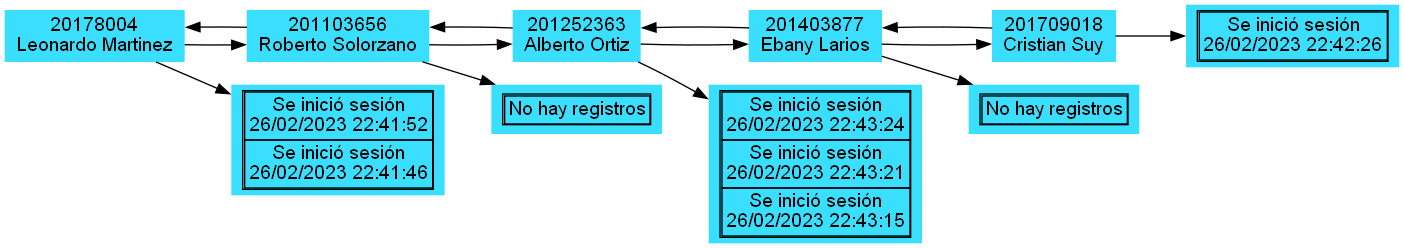
robinbuezo11/EDD_1S2023_PY_201944994 keeps this Graphviz diagram as EDD_Proyecto1_Fase1/Estudiantes(Doble Enlazada).png. Above is the earlier version. Its source is kept beside it as EDD_Proyecto1_Fase1/Estudiantes(Doble Enlazada).dot.
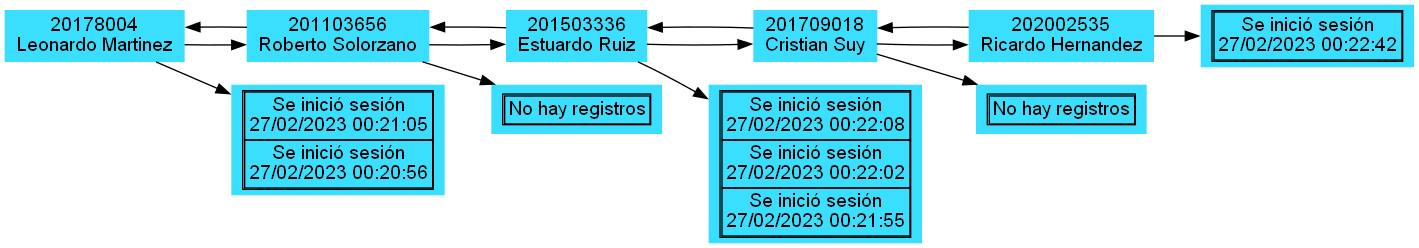
The same file after the commit.

Change to the diagram source:
```diff
@@ -3,17 +3,17 @@
 rankdir=LR;
 N0[label="20178004\nLeonardo Martinez"];
 N1[label="201103656\nRoberto Solorzano"];
-N2[label="201252363\nAlberto Ortiz"];
-N3[label="201403877\nEbany Larios"];
-N4[label="201709018\nCristian Suy"];
-B0[label=<<table cellspacing="0"><tr><td>Se inició sesión<br/>26/02/2023 22:41:52</td></tr>
-<tr><td>Se inició sesión<br/>26/02/2023 22:41:46</td></tr></table>>]
+N2[label="201503336\nEstuardo Ruiz"];
+N3[label="201709018\nCristian Suy"];
+N4[label="202002535\nRicardo Hernandez"];
+B0[label=<<table cellspacing="0"><tr><td>Se inició sesión<br/>27/02/2023 00:21:05</td></tr>
+<tr><td>Se inició sesión<br/>27/02/2023 00:20:56</td></tr></table>>]
 B1[label=<<table cellspacing="0"><tr><td>No hay registros</td></tr></table>>]
-B2[label=<<table cellspacing="0"><tr><td>Se inició sesión<br/>26/02/2023 22:43:24</td></tr>
-<tr><td>Se inició sesión<br/>26/02/2023 22:43:21</td></tr>
-<tr><td>Se inició sesión<br/>26/02/2023 22:43:15</td></tr></table>>]
+B2[label=<<table cellspacing="0"><tr><td>Se inició sesión<br/>27/02/2023 00:22:08</td></tr>
+<tr><td>Se inició sesión<br/>27/02/2023 00:22:02</td></tr>
+<tr><td>Se inició sesión<br/>27/02/2023 00:21:55</td></tr></table>>]
 B3[label=<<table cellspacing="0"><tr><td>No hay registros</td></tr></table>>]
-B4[label=<<table cellspacing="0"><tr><td>Se inició sesión<br/>26/02/2023 22:42:26</td></tr></table>>]
+B4[label=<<table cellspacing="0"><tr><td>Se inició sesión<br/>27/02/2023 00:22:42</td></tr></table>>]
 N0->N1->N2->N3->N4
 N4->N3->N2->N1->N0
 N0-> B0
```
